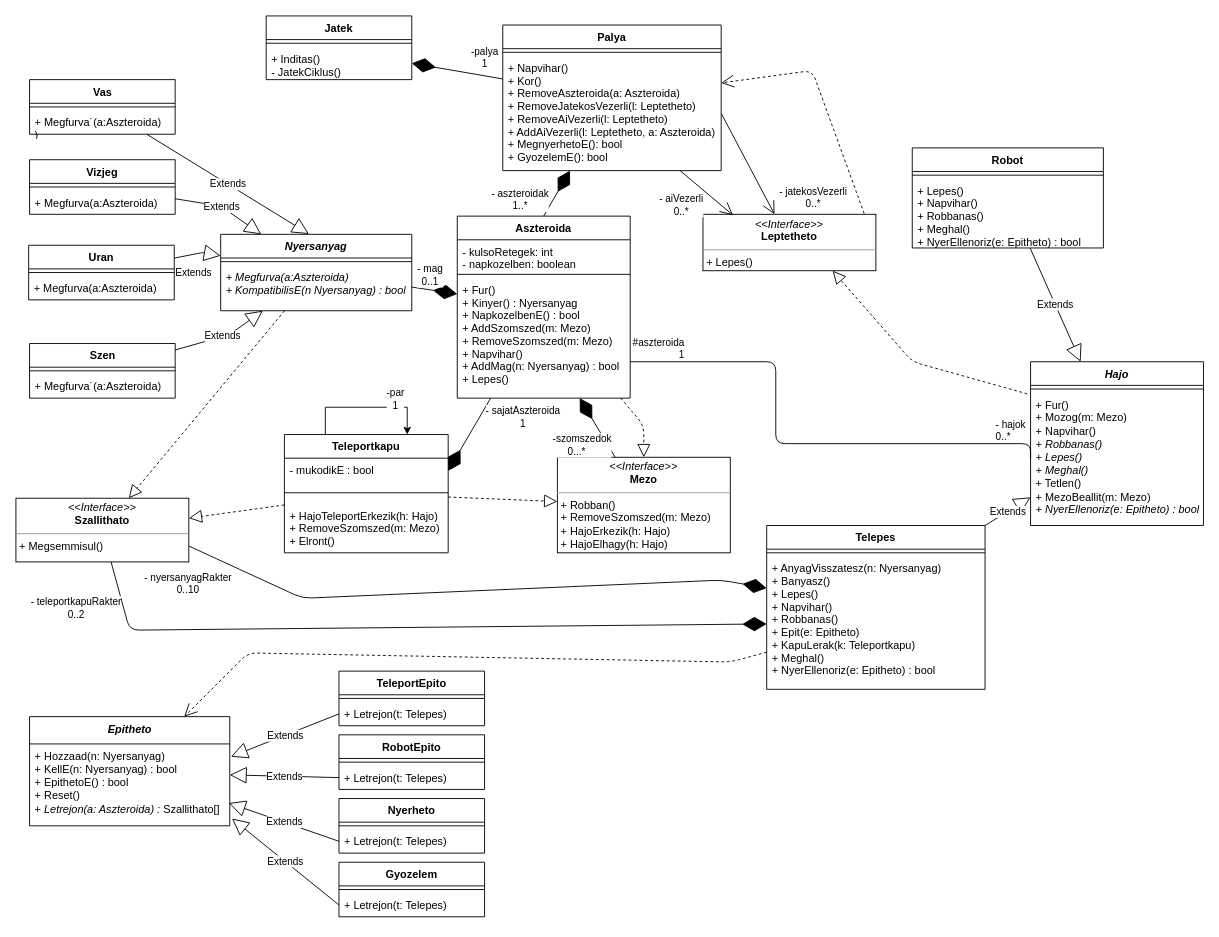
The draw.io diagram doc/uml/class.drawio in torpeBoiGo/aszteroidabanyaszat, before the edit. Source tidied: cells renumbered, new cells numbered last; positions are measured from the earlier drawing's top-left corner, leaving out a move shared by most shapes. Both pictures are drawn from the tidied source at 91%, with x=0, y=0 at pixel (15, 15).
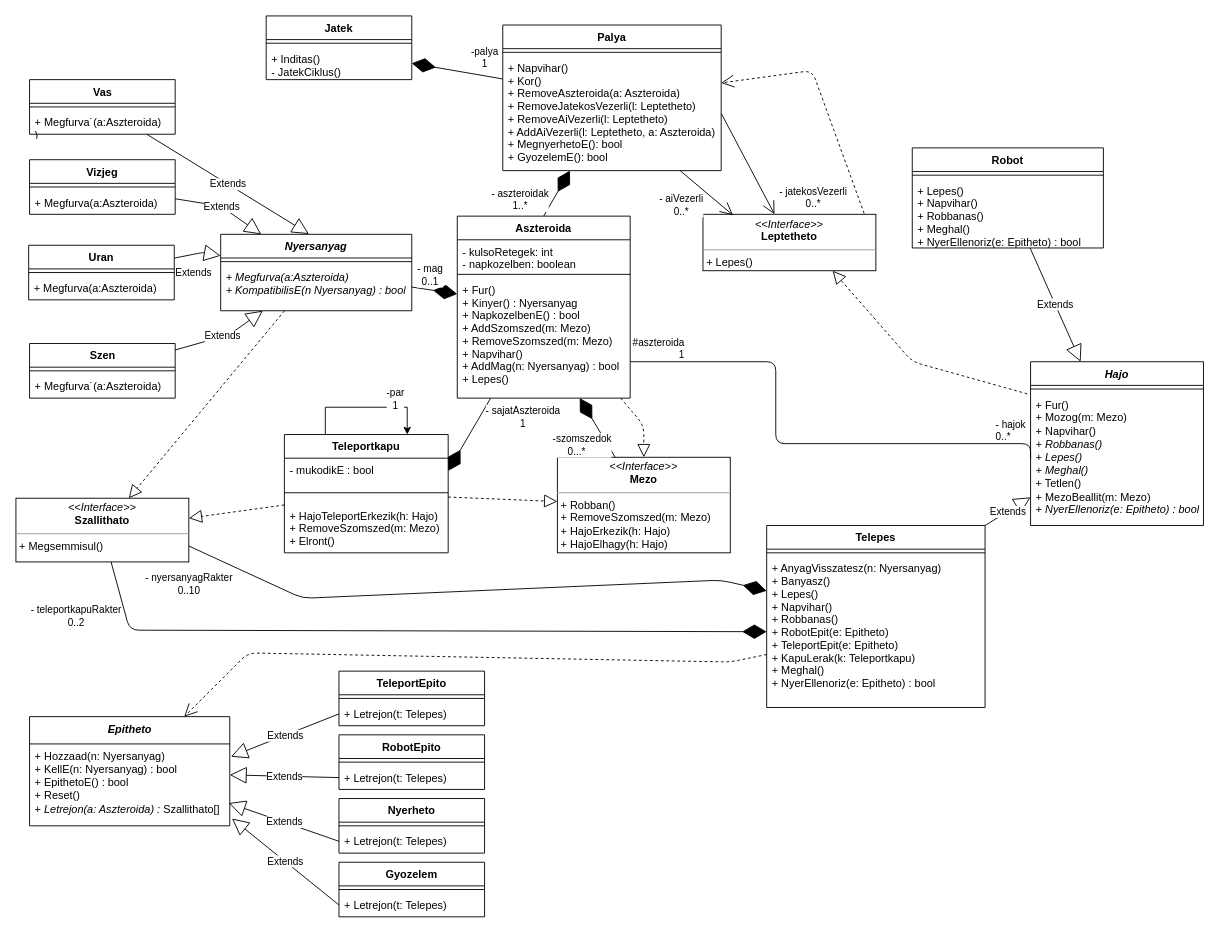
The same diagram, later.

Commit message:
RobotEpit() és TeleportEpit()

The edit, as a diff of the source:
```diff
@@
     <mxCell id="16" value="Telepes" style="swimlane;fontStyle=1;align=center;verticalAlign=top;horizontal=1;startSize=26;" parent="1" vertex="1">
-      <mxGeometry x="825" y="560" width="240" height="180" as="geometry" />
+      <mxGeometry x="825" y="560" width="240" height="200" as="geometry" />
     </mxCell>
@@
-    <mxCell id="18" value="+ AnyagVisszatesz(n: Nyersanyag)&#10;+ Banyasz()&#10;+ Lepes()&#10;+ Napvihar()&#10;+ Robbanas()&#10;+ Epit(e: Epitheto)&#10;+ KapuLerak(k: Teleportkapu)&#10;+ Meghal()&#10;+ NyerEllenoriz(e: Epitheto) : bool" style="text;strokeColor=none;fillColor=none;align=left;verticalAlign=top;spacingLeft=4;spacingRight=4;overflow=hidden;points=[[0,0.5],[1,0.5]];portConstraint=eastwest;fontStyle=0;" parent="16" vertex="1">
-      <mxGeometry y="34" width="240" height="146" as="geometry" />
+    <mxCell id="18" value="+ AnyagVisszatesz(n: Nyersanyag)&#10;+ Banyasz()&#10;+ Lepes()&#10;+ Napvihar()&#10;+ Robbanas()&#10;+ RobotEpit(e: Epitheto)&#10;+ TeleportEpit(e: Epitheto)&#10;+ KapuLerak(k: Teleportkapu)&#10;+ Meghal()&#10;+ NyerEllenoriz(e: Epitheto) : bool" style="text;strokeColor=none;fillColor=none;align=left;verticalAlign=top;spacingLeft=4;spacingRight=4;overflow=hidden;points=[[0,0.5],[1,0.5]];portConstraint=eastwest;fontStyle=0;" parent="16" vertex="1">
+      <mxGeometry y="34" width="240" height="166" as="geometry" />
     </mxCell>
```
